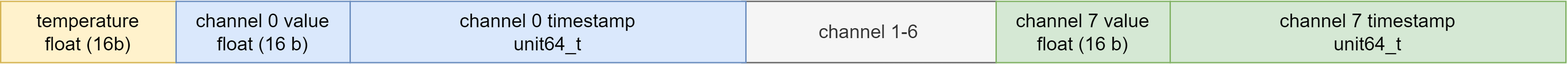
The draw.io diagram img/06-core-communication-cycle-buffer.png in petrkucerak/diplom-thesis, before a commit. Source tidied: cells renumbered, new cells last; positions are measured from the earlier drawing's top-left corner, leaving out a move shared by most shapes. The source it was exported from:
```xml
<mxGraphModel>
  <root>
    <mxCell id="0" />
    <mxCell id="1" parent="0" />
    <mxCell id="2" value="temperature&lt;div&gt;float (16b)&lt;/div&gt;" style="text;html=1;align=center;verticalAlign=middle;whiteSpace=wrap;rounded=0;strokeColor=#d6b656;fontSize=14;fillColor=#fff2cc;" parent="1" vertex="1">
      <mxGeometry y="-0.5" width="129" height="45" as="geometry" />
    </mxCell>
    <mxCell id="3" value="channel 1-6" style="text;html=1;align=center;verticalAlign=middle;whiteSpace=wrap;rounded=0;strokeColor=#666666;fontSize=14;fillColor=#f5f5f5;fontColor=#333333;" parent="1" vertex="1">
      <mxGeometry x="545" y="-0.5" width="187" height="45" as="geometry" />
    </mxCell>
    <mxCell id="4" value="channel 0 value&lt;div&gt;float (16 b)&lt;/div&gt;" style="text;html=1;align=center;verticalAlign=middle;whiteSpace=wrap;rounded=0;strokeColor=#6c8ebf;fontSize=14;fillColor=#dae8fc;" parent="1" vertex="1">
      <mxGeometry x="129" y="-0.5" width="128" height="45" as="geometry" />
    </mxCell>
    <mxCell id="5" value="channel 0 timestamp&lt;div&gt;unit64_t&lt;/div&gt;" style="text;html=1;align=center;verticalAlign=middle;whiteSpace=wrap;rounded=0;strokeColor=#6c8ebf;fontSize=14;fillColor=#dae8fc;" parent="1" vertex="1">
      <mxGeometry x="257" y="-0.5" width="291" height="45" as="geometry" />
    </mxCell>
    <mxCell id="6" value="channel 7 value&lt;div&gt;float (16 b)&lt;/div&gt;" style="text;html=1;align=center;verticalAlign=middle;whiteSpace=wrap;rounded=0;strokeColor=#82b366;fontSize=14;fillColor=#d5e8d4;" parent="1" vertex="1">
      <mxGeometry x="732" y="-0.5" width="128" height="45" as="geometry" />
    </mxCell>
    <mxCell id="7" value="channel 7 timestamp&lt;div&gt;unit64_t&lt;/div&gt;" style="text;html=1;align=center;verticalAlign=middle;whiteSpace=wrap;rounded=0;strokeColor=#82b366;fontSize=14;fillColor=#d5e8d4;" parent="1" vertex="1">
      <mxGeometry x="860" y="-0.5" width="291" height="45" as="geometry" />
    </mxCell>
  </root>
</mxGraphModel>
```
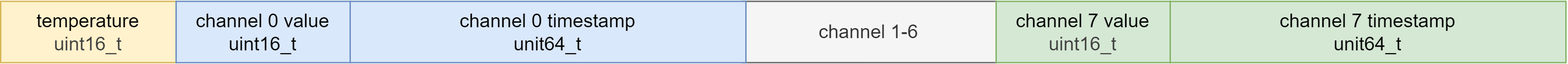
The same file after the commit.

Diff of the diagram source:
```diff
@@ -2,19 +2,19 @@
   <root>
     <mxCell id="0" />
     <mxCell id="1" parent="0" />
-    <mxCell id="2" value="temperature&lt;div&gt;float (16b)&lt;/div&gt;" style="text;html=1;align=center;verticalAlign=middle;whiteSpace=wrap;rounded=0;strokeColor=#d6b656;fontSize=14;fillColor=#fff2cc;" parent="1" vertex="1">
+    <mxCell id="2" value="temperature&lt;div&gt;&lt;span style=&quot;color: rgb(63, 63, 63);&quot;&gt;uint16_t&lt;/span&gt;&lt;/div&gt;" style="text;html=1;align=center;verticalAlign=middle;whiteSpace=wrap;rounded=0;strokeColor=#d6b656;fontSize=14;fillColor=#fff2cc;" parent="1" vertex="1">
       <mxGeometry y="-0.5" width="129" height="45" as="geometry" />
     </mxCell>
     <mxCell id="3" value="channel 1-6" style="text;html=1;align=center;verticalAlign=middle;whiteSpace=wrap;rounded=0;strokeColor=#666666;fontSize=14;fillColor=#f5f5f5;fontColor=#333333;" parent="1" vertex="1">
       <mxGeometry x="545" y="-0.5" width="187" height="45" as="geometry" />
     </mxCell>
-    <mxCell id="4" value="channel 0 value&lt;div&gt;float (16 b)&lt;/div&gt;" style="text;html=1;align=center;verticalAlign=middle;whiteSpace=wrap;rounded=0;strokeColor=#6c8ebf;fontSize=14;fillColor=#dae8fc;" parent="1" vertex="1">
+    <mxCell id="4" value="channel 0 value&lt;div&gt;uint16_t&lt;/div&gt;" style="text;html=1;align=center;verticalAlign=middle;whiteSpace=wrap;rounded=0;strokeColor=#6c8ebf;fontSize=14;fillColor=#dae8fc;" parent="1" vertex="1">
       <mxGeometry x="129" y="-0.5" width="128" height="45" as="geometry" />
     </mxCell>
     <mxCell id="5" value="channel 0 timestamp&lt;div&gt;unit64_t&lt;/div&gt;" style="text;html=1;align=center;verticalAlign=middle;whiteSpace=wrap;rounded=0;strokeColor=#6c8ebf;fontSize=14;fillColor=#dae8fc;" parent="1" vertex="1">
       <mxGeometry x="257" y="-0.5" width="291" height="45" as="geometry" />
     </mxCell>
-    <mxCell id="6" value="channel 7 value&lt;div&gt;float (16 b)&lt;/div&gt;" style="text;html=1;align=center;verticalAlign=middle;whiteSpace=wrap;rounded=0;strokeColor=#82b366;fontSize=14;fillColor=#d5e8d4;" parent="1" vertex="1">
+    <mxCell id="6" value="channel 7 value&lt;div&gt;&lt;span style=&quot;color: rgb(63, 63, 63);&quot;&gt;uint16_t&lt;/span&gt;&lt;/div&gt;" style="text;html=1;align=center;verticalAlign=middle;whiteSpace=wrap;rounded=0;strokeColor=#82b366;fontSize=14;fillColor=#d5e8d4;" parent="1" vertex="1">
       <mxGeometry x="732" y="-0.5" width="128" height="45" as="geometry" />
     </mxCell>
     <mxCell id="7" value="channel 7 timestamp&lt;div&gt;unit64_t&lt;/div&gt;" style="text;html=1;align=center;verticalAlign=middle;whiteSpace=wrap;rounded=0;strokeColor=#82b366;fontSize=14;fillColor=#d5e8d4;" parent="1" vertex="1">
```
